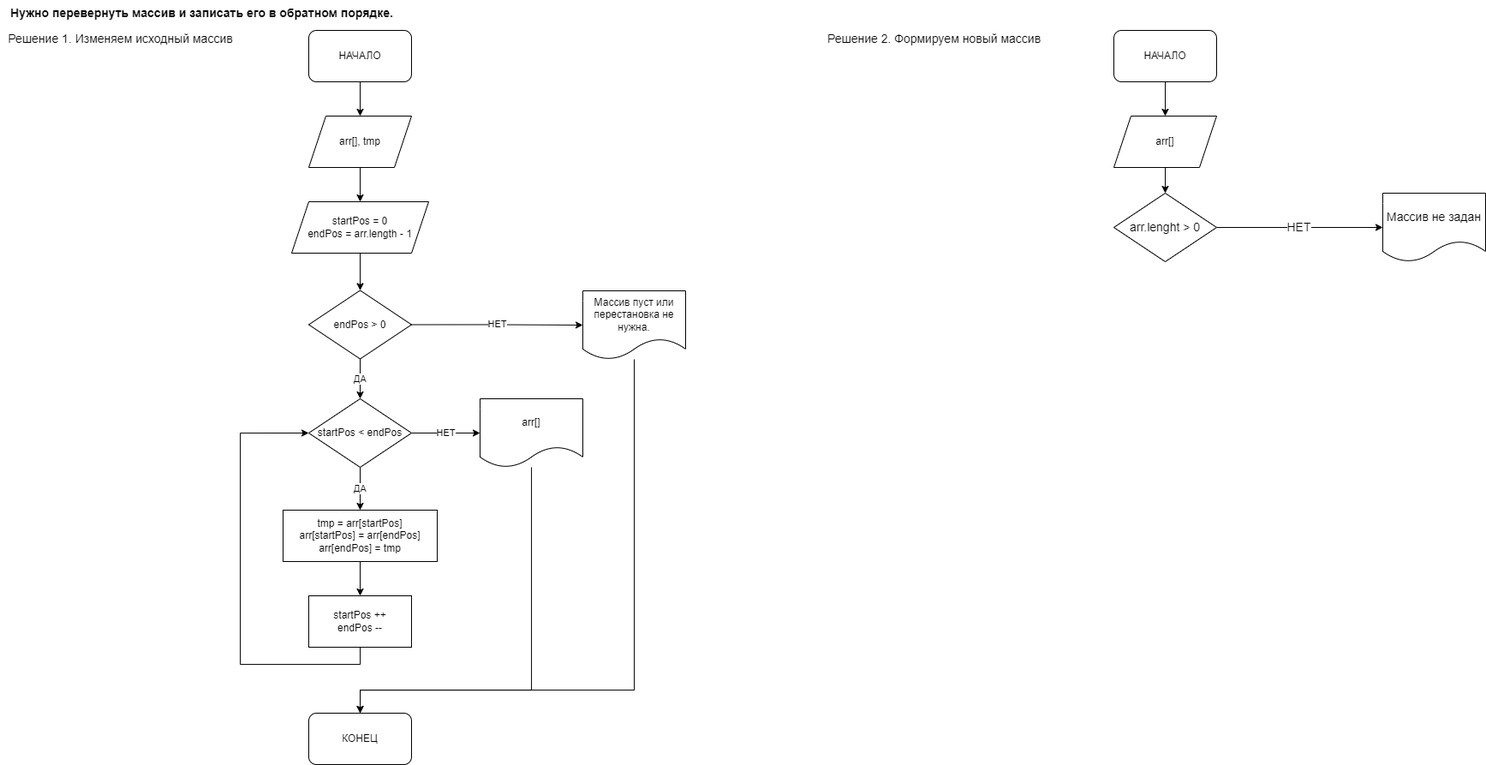
The draw.io diagram Algorytm/Lesson_02/Task_02/Z2.task2.drawio.png in jokerjam-s/GeekBrainst, before a commit. Source tidied: cells renumbered, new cells last; positions are measured from the earlier drawing's top-left corner, leaving out a move shared by most shapes.
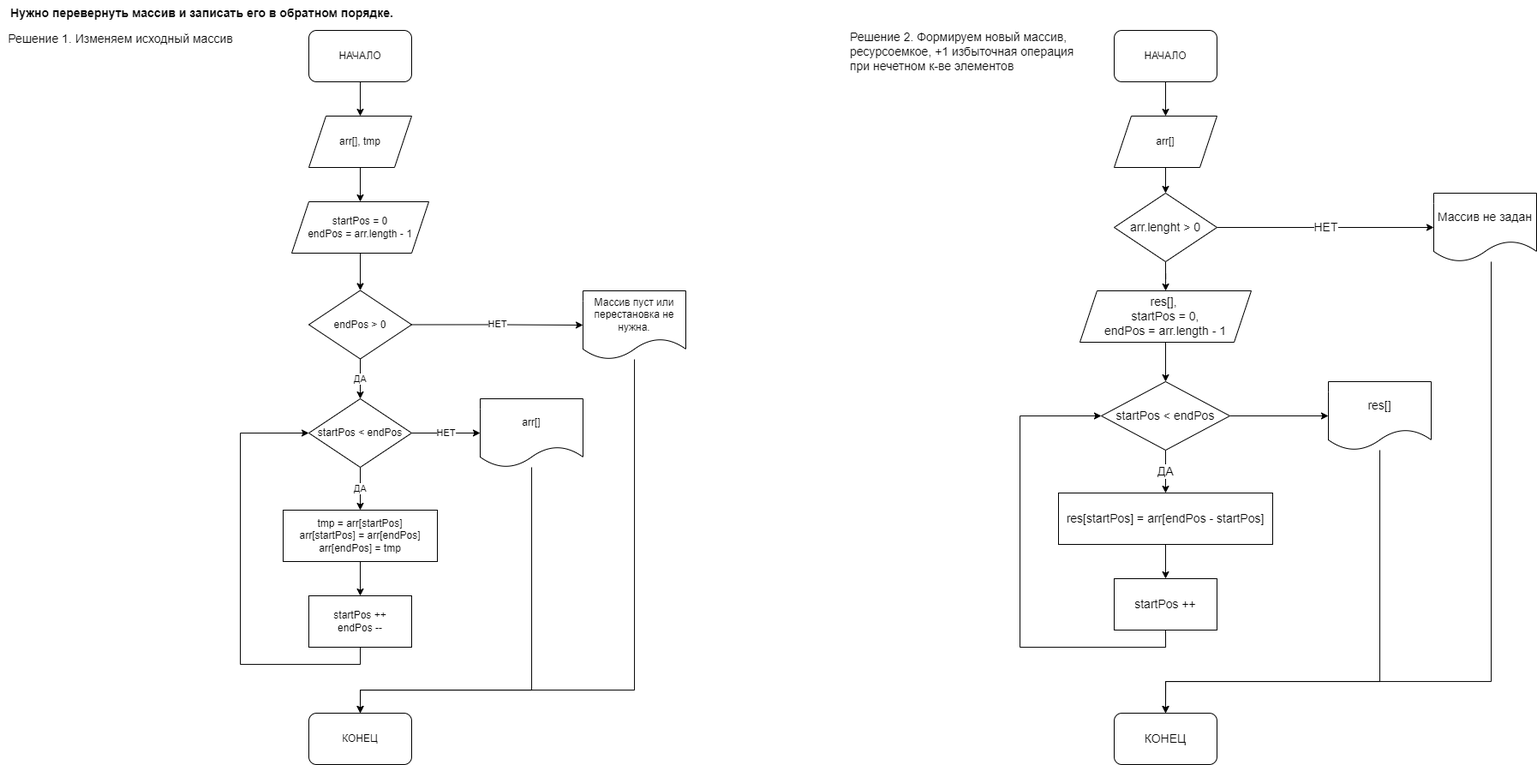
After the change.

The edit, as a diff of the source:
```diff
@@ -87,8 +87,8 @@
     <mxCell id="24" value="Решение 1. Изменяем исходный массив" style="text;html=1;align=center;verticalAlign=middle;fillColor=none;strokeColor=none;rounded=0;labelBackgroundColor=#FFFFFF;sketch=0;fontSize=14;fontColor=#000000;" parent="1" vertex="1">
       <mxGeometry y="35" width="280" height="20" as="geometry" />
     </mxCell>
-    <mxCell id="25" value="Решение 2. Формируем&amp;nbsp;новый массив" style="text;html=1;align=center;verticalAlign=middle;fillColor=none;strokeColor=none;rounded=0;labelBackgroundColor=#FFFFFF;sketch=0;fontSize=14;fontColor=#000000;" parent="1" vertex="1">
-      <mxGeometry x="960" y="35" width="260" height="20" as="geometry" />
+    <mxCell id="25" value="Решение 2. Формируем&amp;nbsp;новый массив,&lt;br&gt;&lt;div&gt;ресурсоемкое, +1 избыточная операция &lt;br&gt;при нечетном к-ве элементов&lt;/div&gt;" style="text;html=1;align=left;verticalAlign=middle;fillColor=none;strokeColor=none;rounded=0;labelBackgroundColor=#FFFFFF;sketch=0;fontSize=14;fontColor=#000000;" parent="1" vertex="1">
+      <mxGeometry x="990" y="30" width="280" height="60" as="geometry" />
     </mxCell>
     <mxCell id="26" style="edgeStyle=orthogonalEdgeStyle;rounded=0;jettySize=auto;html=1;exitX=0.5;exitY=1;exitDx=0;exitDy=0;fontSize=14;fontColor=#000000;" parent="1" edge="1" source="27" target="29">
       <mxGeometry relative="1" as="geometry" />
@@ -105,11 +105,69 @@
     <mxCell id="30" value="НЕТ" style="edgeStyle=orthogonalEdgeStyle;rounded=0;jettySize=auto;html=1;exitX=1;exitY=0.5;exitDx=0;exitDy=0;entryX=0;entryY=0.5;entryDx=0;entryDy=0;fontSize=14;fontColor=#000000;" parent="1" edge="1" source="31" target="32">
       <mxGeometry relative="1" as="geometry" />
     </mxCell>
+    <mxCell id="33" style="edgeStyle=orthogonalEdgeStyle;rounded=0;jettySize=auto;html=1;exitX=0.5;exitY=1;exitDx=0;exitDy=0;fontSize=14;fontColor=#000000;" parent="1" edge="1" source="31" target="36">
+      <mxGeometry relative="1" as="geometry" />
+    </mxCell>
     <mxCell id="31" value="arr.lenght &amp;gt; 0" style="rhombus;whiteSpace=wrap;html=1;labelBackgroundColor=#FFFFFF;sketch=0;fontSize=14;fontColor=#000000;" parent="1" vertex="1">
       <mxGeometry x="1300" y="225" width="120" height="80" as="geometry" />
     </mxCell>
+    <mxCell id="34" style="edgeStyle=orthogonalEdgeStyle;rounded=0;jettySize=auto;html=1;entryX=0.5;entryY=0;entryDx=0;entryDy=0;fontSize=14;fontColor=#000000;" parent="1" edge="1" source="32" target="46">
+      <mxGeometry relative="1" as="geometry">
+        <Array as="points">
+          <mxPoint x="1740" y="795" />
+          <mxPoint x="1360" y="795" />
+        </Array>
+      </mxGeometry>
+    </mxCell>
     <mxCell id="32" value="Массив не задан" style="shape=document;whiteSpace=wrap;html=1;boundedLbl=1;labelBackgroundColor=#FFFFFF;sketch=0;fontSize=14;fontColor=#000000;" parent="1" vertex="1">
-      <mxGeometry x="1614" y="225" width="120" height="80" as="geometry" />
+      <mxGeometry x="1673" y="225" width="120" height="80" as="geometry" />
     </mxCell>
+    <mxCell id="35" style="edgeStyle=orthogonalEdgeStyle;rounded=0;jettySize=auto;html=1;exitX=0.5;exitY=1;exitDx=0;exitDy=0;entryX=0.5;entryY=0;entryDx=0;entryDy=0;fontSize=14;fontColor=#000000;" parent="1" edge="1" source="36" target="39">
+      <mxGeometry relative="1" as="geometry" />
+    </mxCell>
+    <mxCell id="36" value="res[],&amp;nbsp;&lt;br&gt;startPos = 0,&lt;br&gt;endPos = arr.length - 1" style="shape=parallelogram;perimeter=parallelogramPerimeter;whiteSpace=wrap;html=1;fixedSize=1;labelBackgroundColor=#FFFFFF;sketch=0;fontSize=14;fontColor=#000000;" parent="1" vertex="1">
+      <mxGeometry x="1260" y="339" width="200" height="60" as="geometry" />
+    </mxCell>
+    <mxCell id="37" value="ДА" style="edgeStyle=orthogonalEdgeStyle;rounded=0;jettySize=auto;html=1;exitX=0.5;exitY=1;exitDx=0;exitDy=0;entryX=0.5;entryY=0;entryDx=0;entryDy=0;fontSize=14;fontColor=#000000;" parent="1" edge="1" source="39" target="41">
+      <mxGeometry relative="1" as="geometry" />
+    </mxCell>
+    <mxCell id="38" style="edgeStyle=orthogonalEdgeStyle;rounded=0;jettySize=auto;html=1;exitX=1;exitY=0.5;exitDx=0;exitDy=0;fontSize=14;fontColor=#000000;" parent="1" edge="1" source="39" target="45">
+      <mxGeometry relative="1" as="geometry" />
+    </mxCell>
+    <mxCell id="39" value="startPos &amp;lt; endPos" style="rhombus;whiteSpace=wrap;html=1;labelBackgroundColor=#FFFFFF;sketch=0;fontSize=14;fontColor=#000000;" parent="1" vertex="1">
+      <mxGeometry x="1285" y="445" width="150" height="80" as="geometry" />
+    </mxCell>
+    <mxCell id="40" style="edgeStyle=orthogonalEdgeStyle;rounded=0;jettySize=auto;html=1;exitX=0.5;exitY=1;exitDx=0;exitDy=0;entryX=0.5;entryY=0;entryDx=0;entryDy=0;fontSize=14;fontColor=#000000;" parent="1" edge="1" source="41" target="43">
+      <mxGeometry relative="1" as="geometry" />
+    </mxCell>
+    <mxCell id="41" value="res[startPos] = arr[endPos - startPos]" style="rounded=0;whiteSpace=wrap;html=1;labelBackgroundColor=#FFFFFF;sketch=0;fontSize=14;fontColor=#000000;" parent="1" vertex="1">
+      <mxGeometry x="1235" y="575" width="250" height="60" as="geometry" />
+    </mxCell>
+    <mxCell id="42" style="edgeStyle=orthogonalEdgeStyle;rounded=0;jettySize=auto;html=1;exitX=0.5;exitY=1;exitDx=0;exitDy=0;entryX=0;entryY=0.5;entryDx=0;entryDy=0;fontSize=14;fontColor=#000000;" parent="1" edge="1" source="43" target="39">
+      <mxGeometry relative="1" as="geometry">
+        <Array as="points">
+          <mxPoint x="1360" y="755" />
+          <mxPoint x="1190" y="755" />
+          <mxPoint x="1190" y="485" />
+        </Array>
+      </mxGeometry>
+    </mxCell>
+    <mxCell id="43" value="startPos ++" style="rounded=0;whiteSpace=wrap;html=1;labelBackgroundColor=#FFFFFF;sketch=0;fontSize=14;fontColor=#000000;" parent="1" vertex="1">
+      <mxGeometry x="1300" y="675" width="120" height="60" as="geometry" />
+    </mxCell>
+    <mxCell id="44" style="edgeStyle=orthogonalEdgeStyle;rounded=0;jettySize=auto;html=1;entryX=0.5;entryY=0;entryDx=0;entryDy=0;fontSize=14;fontColor=#000000;" parent="1" edge="1" source="45" target="46">
+      <mxGeometry relative="1" as="geometry">
+        <Array as="points">
+          <mxPoint x="1610" y="795" />
+          <mxPoint x="1360" y="795" />
+        </Array>
+      </mxGeometry>
+    </mxCell>
+    <mxCell id="45" value="res[]" style="shape=document;whiteSpace=wrap;html=1;boundedLbl=1;labelBackgroundColor=#FFFFFF;sketch=0;fontSize=14;fontColor=#000000;" parent="1" vertex="1">
+      <mxGeometry x="1550" y="445" width="120" height="80" as="geometry" />
+    </mxCell>
+    <mxCell id="46" value="КОНЕЦ" style="rounded=1;whiteSpace=wrap;html=1;labelBackgroundColor=#FFFFFF;sketch=0;fontSize=14;fontColor=#000000;" parent="1" vertex="1">
+      <mxGeometry x="1300" y="832" width="120" height="60" as="geometry" />
+    </mxCell>
   </root>
 </mxGraphModel>
```
